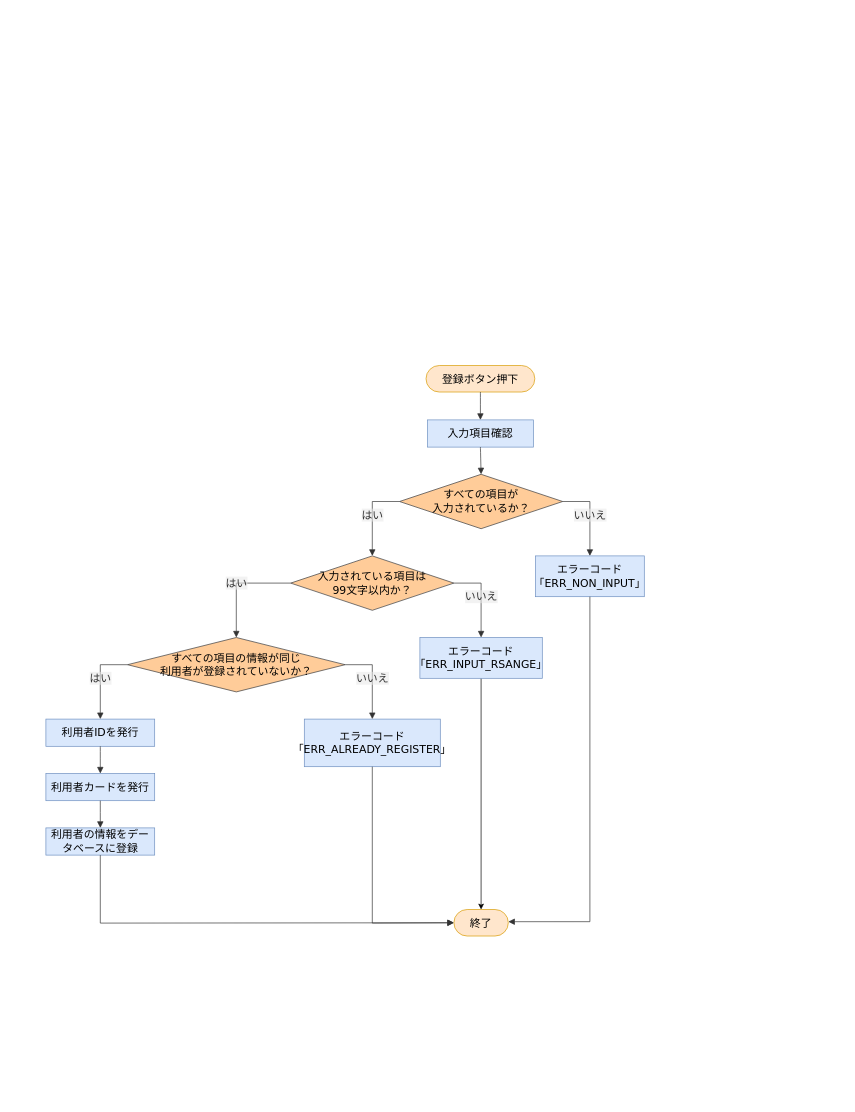
Above: 詳細設計書/7班/flowchart/利用者登録.drawio in rs002421-creator/- (draw.io), before the change. Source tidied: cells renumbered, new cells numbered last; positions are measured from the earlier drawing's top-left corner, leaving out a move shared by most shapes. Both pictures are drawn from the tidied source at 68%, with x=0, y=0 at pixel (46, 365).
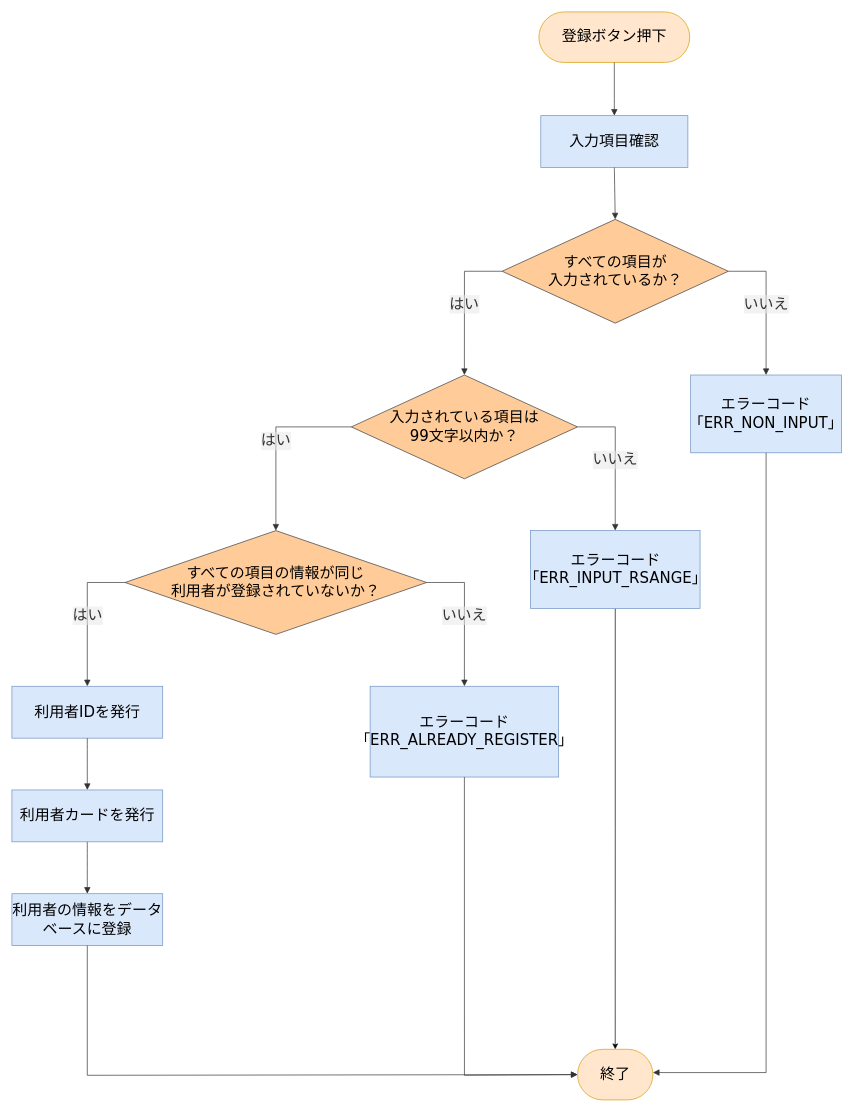
Above is the later version.

Diff of the diagram source:
```diff
@@
+    <mxCell id="28" style="group;fontSize=22;" parent="1" vertex="1">
+      <mxGeometry x="-50" y="-520" width="1220" height="1600" as="geometry" />
+    </mxCell>
-    <mxCell id="2" value="登録ボタン押下" style="html=1;rounded=1;whiteSpace=wrap;arcSize=50;strokeWidth=1;fontFamily=Trebuchet MS,Verdana,Arial,sans-serif;fontSize=16;fillColor=#ffe6cc;strokeColor=#d79b00;" parent="1" vertex="1">
-      <mxGeometry x="559" width="160" height="39" as="geometry" />
+    <mxCell id="2" value="登録ボタン押下" style="html=1;rounded=1;whiteSpace=wrap;arcSize=50;strokeWidth=1;fontFamily=Trebuchet MS,Verdana,Arial,sans-serif;fontSize=22;fillColor=#ffe6cc;strokeColor=#d79b00;" parent="28" vertex="1">
+      <mxGeometry x="775" width="221.8" height="74.4" as="geometry" />
     </mxCell>
-    <mxCell id="3" value="入力項目確認" style="html=1;whiteSpace=wrap;strokeWidth=1;fillColor=#dae8fc;strokeColor=#6c8ebf;fontFamily=Trebuchet MS,Verdana,Arial,sans-serif;fontSize=16;" parent="1" vertex="1">
-      <mxGeometry x="561" y="80" width="156" height="40" as="geometry" />
+    <mxCell id="3" value="入力項目確認" style="html=1;whiteSpace=wrap;strokeWidth=1;fillColor=#dae8fc;strokeColor=#6c8ebf;fontFamily=Trebuchet MS,Verdana,Arial,sans-serif;fontSize=22;" parent="28" vertex="1">
+      <mxGeometry x="777.8" y="152.6" width="216.3" height="76.3" as="geometry" />
     </mxCell>
-    <mxCell id="4" value="すべての項目が&lt;div&gt;入力されているか？&lt;/div&gt;" style="rhombus;html=1;strokeWidth=1;whiteSpace=wrap;fillColor=#ffcc99;strokeColor=#36393d;fontFamily=Trebuchet MS,Verdana,Arial,sans-serif;fontSize=16;" parent="1" vertex="1">
-      <mxGeometry x="520" y="160" width="240" height="80" as="geometry" />
+    <mxCell id="4" value="すべての項目が&lt;div&gt;入力されているか？&lt;/div&gt;" style="rhombus;html=1;strokeWidth=1;whiteSpace=wrap;fillColor=#ffcc99;strokeColor=#36393d;fontFamily=Trebuchet MS,Verdana,Arial,sans-serif;fontSize=22;" parent="28" vertex="1">
+      <mxGeometry x="720.9" y="305.1" width="332.7" height="152.6" as="geometry" />
     </mxCell>
-    <mxCell id="5" value="入力されている項目は&lt;div&gt;99文字以内か？&lt;/div&gt;" style="rhombus;html=1;strokeWidth=1;whiteSpace=wrap;fillColor=#ffcc99;strokeColor=#36393d;fontFamily=Trebuchet MS,Verdana,Arial,sans-serif;fontSize=16;" parent="1" vertex="1">
-      <mxGeometry x="360" y="280" width="240" height="80" as="geometry" />
+    <mxCell id="5" value="入力されている項目は&lt;div&gt;99文字以内か？&lt;/div&gt;" style="rhombus;html=1;strokeWidth=1;whiteSpace=wrap;fillColor=#ffcc99;strokeColor=#36393d;fontFamily=Trebuchet MS,Verdana,Arial,sans-serif;fontSize=22;" parent="28" vertex="1">
+      <mxGeometry x="499.1" y="534" width="332.7" height="152.6" as="geometry" />
     </mxCell>
-    <mxCell id="6" value="エラーコード「ERR_NON_INPUT」" style="html=1;whiteSpace=wrap;strokeWidth=1;fillColor=#dae8fc;strokeColor=#6c8ebf;fontFamily=Trebuchet MS,Verdana,Arial,sans-serif;fontSize=16;" parent="1" vertex="1">
-      <mxGeometry x="720" y="280" width="160" height="60" as="geometry" />
+    <mxCell id="6" value="エラーコード「ERR_NON_INPUT」" style="html=1;whiteSpace=wrap;strokeWidth=1;fillColor=#dae8fc;strokeColor=#6c8ebf;fontFamily=Trebuchet MS,Verdana,Arial,sans-serif;fontSize=22;" parent="28" vertex="1">
+      <mxGeometry x="998.2" y="534" width="221.8" height="114.4" as="geometry" />
     </mxCell>
-    <mxCell id="7" value="すべての項目の情報が同じ&lt;div&gt;利用者が登録されていないか？&lt;/div&gt;" style="rhombus;html=1;strokeWidth=1;whiteSpace=wrap;fillColor=#ffcc99;strokeColor=#36393d;fontFamily=Trebuchet MS,Verdana,Arial,sans-serif;fontSize=16;" parent="1" vertex="1">
-      <mxGeometry x="120" y="400" width="320" height="80" as="geometry" />
+    <mxCell id="7" value="すべての項目の情報が同じ&lt;div&gt;利用者が登録されていないか？&lt;/div&gt;" style="rhombus;html=1;strokeWidth=1;whiteSpace=wrap;fillColor=#ffcc99;strokeColor=#36393d;fontFamily=Trebuchet MS,Verdana,Arial,sans-serif;fontSize=22;" parent="28" vertex="1">
+      <mxGeometry x="166.4" y="762.8" width="443.6" height="152.6" as="geometry" />
     </mxCell>
-    <mxCell id="8" style="edgeStyle=orthogonalEdgeStyle;rounded=0;jettySize=auto;html=1;entryX=0.5;entryY=0;entryDx=0;entryDy=0;" parent="1" edge="1" source="9" target="14">
+    <mxCell id="8" style="edgeStyle=orthogonalEdgeStyle;rounded=0;jettySize=auto;html=1;entryX=0.5;entryY=0;entryDx=0;entryDy=0;fontSize=22;" parent="28" edge="1" source="9" target="14">
       <mxGeometry relative="1" as="geometry" />
     </mxCell>
-    <mxCell id="9" value="エラーコード「ERR_INPUT_RSANGE」" style="html=1;whiteSpace=wrap;strokeWidth=1;fillColor=#dae8fc;strokeColor=#6c8ebf;fontFamily=Trebuchet MS,Verdana,Arial,sans-serif;fontSize=16;" parent="1" vertex="1">
-      <mxGeometry x="550" y="400" width="180" height="60" as="geometry" />
+    <mxCell id="9" value="エラーコード「ERR_INPUT_RSANGE」" style="html=1;whiteSpace=wrap;strokeWidth=1;fillColor=#dae8fc;strokeColor=#6c8ebf;fontFamily=Trebuchet MS,Verdana,Arial,sans-serif;fontSize=22;" parent="28" vertex="1">
+      <mxGeometry x="762.5" y="762.8" width="249.5" height="114.4" as="geometry" />
     </mxCell>
-    <mxCell id="10" value="利用者IDを発行" style="html=1;whiteSpace=wrap;strokeWidth=1;fillColor=#dae8fc;strokeColor=#6c8ebf;fontFamily=Trebuchet MS,Verdana,Arial,sans-serif;fontSize=16;" parent="1" vertex="1">
-      <mxGeometry y="520" width="160" height="40" as="geometry" />
+    <mxCell id="10" value="利用者IDを発行" style="html=1;whiteSpace=wrap;strokeWidth=1;fillColor=#dae8fc;strokeColor=#6c8ebf;fontFamily=Trebuchet MS,Verdana,Arial,sans-serif;fontSize=22;" parent="28" vertex="1">
+      <mxGeometry y="991.7" width="221.8" height="76.3" as="geometry" />
     </mxCell>
-    <mxCell id="11" value="エラーコード「ERR_ALREADY_REGISTER」" style="html=1;whiteSpace=wrap;strokeWidth=1;fillColor=#dae8fc;strokeColor=#6c8ebf;fontFamily=Trebuchet MS,Verdana,Arial,sans-serif;fontSize=16;" parent="1" vertex="1">
-      <mxGeometry x="380" y="520" width="200" height="70" as="geometry" />
+    <mxCell id="11" value="エラーコード「ERR_ALREADY_REGISTER」" style="html=1;whiteSpace=wrap;strokeWidth=1;fillColor=#dae8fc;strokeColor=#6c8ebf;fontFamily=Trebuchet MS,Verdana,Arial,sans-serif;fontSize=22;" parent="28" vertex="1">
+      <mxGeometry x="526.8" y="991.7" width="277.3" height="133.5" as="geometry" />
     </mxCell>
-    <mxCell id="12" value="利用者カードを発行" style="html=1;whiteSpace=wrap;strokeWidth=1;fillColor=#dae8fc;strokeColor=#6c8ebf;fontFamily=Trebuchet MS,Verdana,Arial,sans-serif;fontSize=16;" parent="1" vertex="1">
-      <mxGeometry y="600" width="160" height="40" as="geometry" />
+    <mxCell id="12" value="利用者カードを発行" style="html=1;whiteSpace=wrap;strokeWidth=1;fillColor=#dae8fc;strokeColor=#6c8ebf;fontFamily=Trebuchet MS,Verdana,Arial,sans-serif;fontSize=22;" parent="28" vertex="1">
+      <mxGeometry y="1144.2" width="221.8" height="76.3" as="geometry" />
     </mxCell>
-    <mxCell id="13" value="利用者の情報をデータベースに登録" style="html=1;whiteSpace=wrap;strokeWidth=1;fillColor=#dae8fc;strokeColor=#6c8ebf;fontFamily=Trebuchet MS,Verdana,Arial,sans-serif;fontSize=16;" parent="1" vertex="1">
-      <mxGeometry y="680" width="160" height="40" as="geometry" />
+    <mxCell id="13" value="利用者の情報をデータベースに登録" style="html=1;whiteSpace=wrap;strokeWidth=1;fillColor=#dae8fc;strokeColor=#6c8ebf;fontFamily=Trebuchet MS,Verdana,Arial,sans-serif;fontSize=22;" parent="28" vertex="1">
+      <mxGeometry y="1296.8" width="221.8" height="76.3" as="geometry" />
     </mxCell>
-    <mxCell id="14" value="終了" style="html=1;rounded=1;whiteSpace=wrap;arcSize=50;strokeWidth=1;fontFamily=Trebuchet MS,Verdana,Arial,sans-serif;fontSize=16;fillColor=#ffe6cc;strokeColor=#d79b00;" parent="1" vertex="1">
-      <mxGeometry x="600" y="800" width="80" height="39" as="geometry" />
+    <mxCell id="14" value="終了" style="html=1;rounded=1;whiteSpace=wrap;arcSize=50;strokeWidth=1;fontFamily=Trebuchet MS,Verdana,Arial,sans-serif;fontSize=22;fillColor=#ffe6cc;strokeColor=#d79b00;" parent="28" vertex="1">
+      <mxGeometry x="831.8" y="1525.6" width="110.9" height="74.4" as="geometry" />
     </mxCell>
-    <mxCell id="15" style="curved=1;startArrow=none;endArrow=block;endSize=7;strokeColor=light-dark(#333333,#cccccc);exitX=0.5;exitY=1;entryX=0.5;entryY=0;rounded=0;" parent="1" edge="1" source="2" target="3">
+    <mxCell id="15" style="curved=1;startArrow=none;endArrow=block;endSize=7;strokeColor=light-dark(#333333,#cccccc);exitX=0.5;exitY=1;entryX=0.5;entryY=0;rounded=0;fontSize=22;" parent="28" edge="1" source="2" target="3">
       <mxGeometry relative="1" as="geometry" />
     </mxCell>
-    <mxCell id="16" style="curved=1;startArrow=none;endArrow=block;endSize=7;strokeColor=light-dark(#333333,#cccccc);exitX=0.5;exitY=1;entryX=0.5;entryY=0;rounded=0;" parent="1" edge="1" source="3" target="4">
+    <mxCell id="16" style="curved=1;startArrow=none;endArrow=block;endSize=7;strokeColor=light-dark(#333333,#cccccc);exitX=0.5;exitY=1;entryX=0.5;entryY=0;rounded=0;fontSize=22;" parent="28" edge="1" source="3" target="4">
       <mxGeometry relative="1" as="geometry" />
     </mxCell>
-    <mxCell id="17" value="はい" style="curved=0;startArrow=none;endArrow=block;endSize=7;strokeColor=light-dark(#333333,#cccccc);html=1;fontSize=16;labelBackgroundColor=light-dark(#E8E8E88D,#2a2a2a8D);fontFamily=Trebuchet MS,Verdana,Arial,sans-serif;fontColor=light-dark(#333333,#cccccc);exitX=0;exitY=0.5;entryX=0.5;entryY=0;rounded=0;exitDx=0;exitDy=0;" parent="1" edge="1" source="4" target="5">
+    <mxCell id="17" value="はい" style="curved=0;startArrow=none;endArrow=block;endSize=7;strokeColor=light-dark(#333333,#cccccc);html=1;fontSize=22;labelBackgroundColor=light-dark(#E8E8E88D,#2a2a2a8D);fontFamily=Trebuchet MS,Verdana,Arial,sans-serif;fontColor=light-dark(#333333,#cccccc);exitX=0;exitY=0.5;entryX=0.5;entryY=0;rounded=0;exitDx=0;exitDy=0;" parent="28" edge="1" source="4" target="5">
       <mxGeometry relative="1" as="geometry">
         <Array as="points">
-          <mxPoint x="480" y="200" />
+          <mxPoint x="665.5" y="381.4" />
         </Array>
       </mxGeometry>
     </mxCell>
-    <mxCell id="18" value="いいえ" style="curved=0;startArrow=none;endArrow=block;endSize=7;strokeColor=light-dark(#333333,#cccccc);html=1;fontSize=16;labelBackgroundColor=light-dark(#E8E8E88D,#2a2a2a8D);fontFamily=Trebuchet MS,Verdana,Arial,sans-serif;fontColor=light-dark(#333333,#cccccc);exitX=1;exitY=0.5;entryX=0.5;entryY=0;rounded=0;exitDx=0;exitDy=0;" parent="1" edge="1" source="4" target="6">
+    <mxCell id="18" value="いいえ" style="curved=0;startArrow=none;endArrow=block;endSize=7;strokeColor=light-dark(#333333,#cccccc);html=1;fontSize=22;labelBackgroundColor=light-dark(#E8E8E88D,#2a2a2a8D);fontFamily=Trebuchet MS,Verdana,Arial,sans-serif;fontColor=light-dark(#333333,#cccccc);exitX=1;exitY=0.5;entryX=0.5;entryY=0;rounded=0;exitDx=0;exitDy=0;" parent="28" edge="1" source="4" target="6">
       <mxGeometry relative="1" as="geometry">
         <Array as="points">
-          <mxPoint x="800" y="200" />
+          <mxPoint x="1109.1" y="381.4" />
         </Array>
       </mxGeometry>
     </mxCell>
-    <mxCell id="19" value="はい" style="curved=0;startArrow=none;endArrow=block;endSize=7;strokeColor=light-dark(#333333,#cccccc);html=1;fontSize=16;labelBackgroundColor=light-dark(#E8E8E88D,#2a2a2a8D);fontFamily=Trebuchet MS,Verdana,Arial,sans-serif;fontColor=light-dark(#333333,#cccccc);exitX=0;exitY=0.5;entryX=0.5;entryY=0;rounded=0;exitDx=0;exitDy=0;" parent="1" edge="1" source="5" target="7">
+    <mxCell id="19" value="はい" style="curved=0;startArrow=none;endArrow=block;endSize=7;strokeColor=light-dark(#333333,#cccccc);html=1;fontSize=22;labelBackgroundColor=light-dark(#E8E8E88D,#2a2a2a8D);fontFamily=Trebuchet MS,Verdana,Arial,sans-serif;fontColor=light-dark(#333333,#cccccc);exitX=0;exitY=0.5;entryX=0.5;entryY=0;rounded=0;exitDx=0;exitDy=0;" parent="28" edge="1" source="5" target="7">
       <mxGeometry relative="1" as="geometry">
         <Array as="points">
-          <mxPoint x="280" y="320" />
+          <mxPoint x="388.2" y="610.3" />
         </Array>
       </mxGeometry>
     </mxCell>
-    <mxCell id="20" value="いいえ" style="curved=0;startArrow=none;endArrow=block;endSize=7;strokeColor=light-dark(#333333,#cccccc);html=1;fontSize=16;labelBackgroundColor=light-dark(#E8E8E88D,#2a2a2a8D);fontFamily=Trebuchet MS,Verdana,Arial,sans-serif;fontColor=light-dark(#333333,#cccccc);exitX=1;exitY=0.5;entryX=0.5;entryY=0;rounded=0;exitDx=0;exitDy=0;" parent="1" edge="1" source="5" target="9">
+    <mxCell id="20" value="いいえ" style="curved=0;startArrow=none;endArrow=block;endSize=7;strokeColor=light-dark(#333333,#cccccc);html=1;fontSize=22;labelBackgroundColor=light-dark(#E8E8E88D,#2a2a2a8D);fontFamily=Trebuchet MS,Verdana,Arial,sans-serif;fontColor=light-dark(#333333,#cccccc);exitX=1;exitY=0.5;entryX=0.5;entryY=0;rounded=0;exitDx=0;exitDy=0;" parent="28" edge="1" source="5" target="9">
       <mxGeometry relative="1" as="geometry">
         <Array as="points">
-          <mxPoint x="640" y="320" />
+          <mxPoint x="887.3" y="610.3" />
         </Array>
       </mxGeometry>
     </mxCell>
-    <mxCell id="21" value="はい" style="curved=0;startArrow=none;endArrow=block;endSize=7;strokeColor=light-dark(#333333,#cccccc);html=1;fontSize=16;labelBackgroundColor=light-dark(#E8E8E88D,#2a2a2a8D);fontFamily=Trebuchet MS,Verdana,Arial,sans-serif;fontColor=light-dark(#333333,#cccccc);exitX=0;exitY=0.5;entryX=0.5;entryY=0;rounded=0;exitDx=0;exitDy=0;" parent="1" edge="1" source="7" target="10">
+    <mxCell id="21" value="はい" style="curved=0;startArrow=none;endArrow=block;endSize=7;strokeColor=light-dark(#333333,#cccccc);html=1;fontSize=22;labelBackgroundColor=light-dark(#E8E8E88D,#2a2a2a8D);fontFamily=Trebuchet MS,Verdana,Arial,sans-serif;fontColor=light-dark(#333333,#cccccc);exitX=0;exitY=0.5;entryX=0.5;entryY=0;rounded=0;exitDx=0;exitDy=0;" parent="28" edge="1" source="7" target="10">
       <mxGeometry relative="1" as="geometry">
         <Array as="points">
-          <mxPoint x="80" y="440" />
+          <mxPoint x="110.9" y="839.1" />
         </Array>
       </mxGeometry>
     </mxCell>
-    <mxCell id="22" value="いいえ" style="curved=0;startArrow=none;endArrow=block;endSize=7;strokeColor=light-dark(#333333,#cccccc);html=1;fontSize=16;labelBackgroundColor=light-dark(#E8E8E88D,#2a2a2a8D);fontFamily=Trebuchet MS,Verdana,Arial,sans-serif;fontColor=light-dark(#333333,#cccccc);exitX=1;exitY=0.5;entryX=0.5;entryY=0;rounded=0;exitDx=0;exitDy=0;" parent="1" edge="1" source="7" target="11">
+    <mxCell id="22" value="いいえ" style="curved=0;startArrow=none;endArrow=block;endSize=7;strokeColor=light-dark(#333333,#cccccc);html=1;fontSize=22;labelBackgroundColor=light-dark(#E8E8E88D,#2a2a2a8D);fontFamily=Trebuchet MS,Verdana,Arial,sans-serif;fontColor=light-dark(#333333,#cccccc);exitX=1;exitY=0.5;entryX=0.5;entryY=0;rounded=0;exitDx=0;exitDy=0;" parent="28" edge="1" source="7" target="11">
       <mxGeometry relative="1" as="geometry">
         <Array as="points">
-          <mxPoint x="480" y="440" />
+          <mxPoint x="665.5" y="839.1" />
         </Array>
       </mxGeometry>
     </mxCell>
-    <mxCell id="23" style="curved=1;startArrow=none;endArrow=block;endSize=7;strokeColor=light-dark(#333333,#cccccc);exitX=0.5;exitY=1;entryX=0.5;entryY=0;rounded=0;" parent="1" edge="1" source="10" target="12">
+    <mxCell id="23" style="curved=1;startArrow=none;endArrow=block;endSize=7;strokeColor=light-dark(#333333,#cccccc);exitX=0.5;exitY=1;entryX=0.5;entryY=0;rounded=0;fontSize=22;" parent="28" edge="1" source="10" target="12">
       <mxGeometry relative="1" as="geometry" />
     </mxCell>
-    <mxCell id="24" style="curved=1;startArrow=none;endArrow=block;endSize=7;strokeColor=light-dark(#333333,#cccccc);exitX=0.5;exitY=1;entryX=0.5;entryY=0;rounded=0;" parent="1" edge="1" source="12" target="13">
+    <mxCell id="24" style="curved=1;startArrow=none;endArrow=block;endSize=7;strokeColor=light-dark(#333333,#cccccc);exitX=0.5;exitY=1;entryX=0.5;entryY=0;rounded=0;fontSize=22;" parent="28" edge="1" source="12" target="13">
       <mxGeometry relative="1" as="geometry" />
     </mxCell>
-    <mxCell id="25" style="curved=0;startArrow=none;endArrow=block;endSize=7;strokeColor=light-dark(#333333,#cccccc);exitX=0.5;exitY=1;entryX=0;entryY=0.5;rounded=0;entryDx=0;entryDy=0;" parent="1" edge="1" source="13" target="14">
+    <mxCell id="25" style="curved=0;startArrow=none;endArrow=block;endSize=7;strokeColor=light-dark(#333333,#cccccc);exitX=0.5;exitY=1;entryX=0;entryY=0.5;rounded=0;entryDx=0;entryDy=0;fontSize=22;" parent="28" edge="1" source="13" target="14">
       <mxGeometry relative="1" as="geometry">
         <Array as="points">
-          <mxPoint x="80" y="820" />
+          <mxPoint x="110.9" y="1563.8" />
         </Array>
       </mxGeometry>
     </mxCell>
-    <mxCell id="26" style="curved=0;startArrow=none;endArrow=block;endSize=7;strokeColor=light-dark(#333333,#cccccc);exitX=0.5;exitY=1;entryX=1;entryY=0.46;rounded=0;" parent="1" edge="1" source="6" target="14">
+    <mxCell id="26" style="curved=0;startArrow=none;endArrow=block;endSize=7;strokeColor=light-dark(#333333,#cccccc);exitX=0.5;exitY=1;entryX=1;entryY=0.46;rounded=0;fontSize=22;" parent="28" edge="1" source="6" target="14">
       <mxGeometry relative="1" as="geometry">
         <Array as="points">
-          <mxPoint x="800" y="817.9" />
+          <mxPoint x="1109.1" y="1559.8" />
         </Array>
       </mxGeometry>
     </mxCell>
-    <mxCell id="27" style="curved=0;startArrow=none;endArrow=block;endSize=7;strokeColor=light-dark(#333333,#cccccc);exitX=0.5;exitY=1;rounded=0;entryX=0;entryY=0.5;entryDx=0;entryDy=0;" parent="1" edge="1" source="11" target="14">
+    <mxCell id="27" style="curved=0;startArrow=none;endArrow=block;endSize=7;strokeColor=light-dark(#333333,#cccccc);exitX=0.5;exitY=1;rounded=0;entryX=0;entryY=0.5;entryDx=0;entryDy=0;fontSize=22;" parent="28" edge="1" source="11" target="14">
       <mxGeometry relative="1" as="geometry">
         <Array as="points">
-          <mxPoint x="480" y="820" />
+          <mxPoint x="665.5" y="1563.8" />
         </Array>
       </mxGeometry>
     </mxCell>
```
